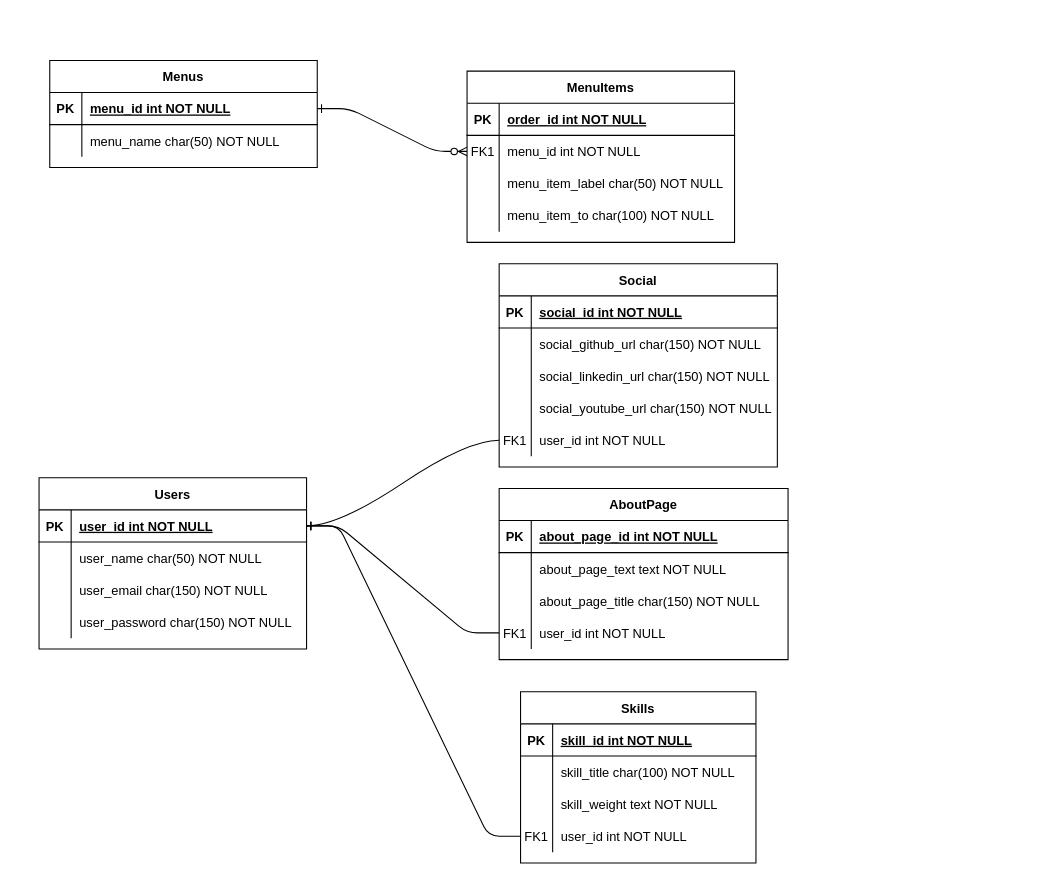
Earlier version of the draw.io diagram ikatoo.drawio (mckatoo/clean-arch-fullcycle). Source tidied: cells renumbered, new cells numbered last; positions are measured from the earlier drawing's top-left corner, leaving out a move shared by most shapes. Both pictures are drawn from the tidied source at 107%, with x=0, y=0 at pixel (39, 60).
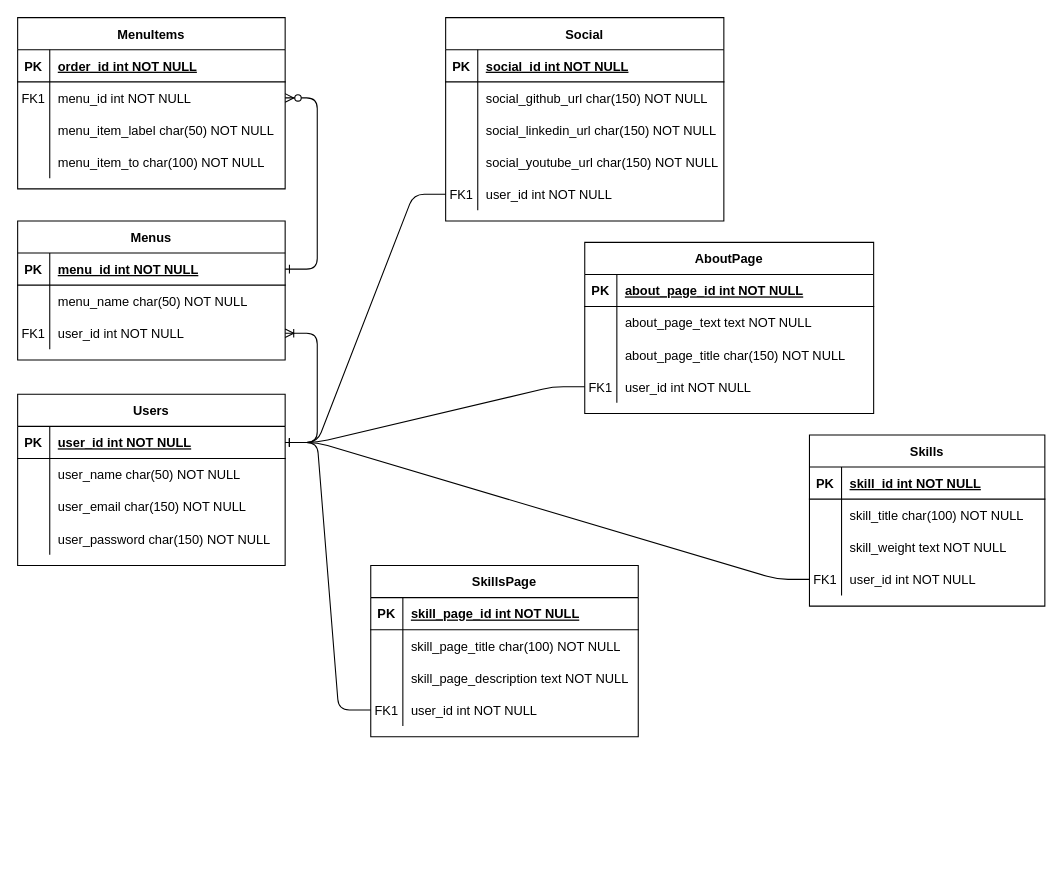
The same page after the edit.

Commit message:
Add entity for skills page

The change refers to these unchanged cells:
```xml
<mxCell id="36" style="shape=partialRectangle;fillColor=none;points=[[0,0.5],[1,0.5]];portConstraint=eastwest;top=0;left=0;right=0;bottom=0;" parent="23" vertex="1">
  <mxGeometry y="150" width="260" height="30" as="geometry" />
</mxCell>
<mxCell id="40" style="shape=partialRectangle;fillColor=none;points=[[0,0.5],[1,0.5]];portConstraint=eastwest;top=0;left=0;right=0;bottom=1;" parent="39" vertex="1">
  <mxGeometry y="30" width="250" height="30" as="geometry" />
</mxCell>
```

Change to the diagram source:
```diff
@@
     <mxCell id="3" value="MenuItems" style="shape=table;startSize=30;childLayout=tableLayout;rowLines=0;fontStyle=1;align=center;" parent="1" vertex="1">
-      <mxGeometry x="400" y="10" width="250" height="160" as="geometry" />
+      <mxGeometry x="-20" y="-40" width="250" height="160" as="geometry" />
     </mxCell>
@@
     <mxCell id="16" value="Menus" style="shape=table;startSize=30;childLayout=tableLayout;rowLines=0;fontStyle=1;align=center;" parent="1" vertex="1">
-      <mxGeometry x="10" width="250" height="100" as="geometry" />
+      <mxGeometry x="-20" y="150" width="250" height="130" as="geometry" />
     </mxCell>
@@
+    <mxCell id="81" style="shape=partialRectangle;fillColor=none;points=[[0,0.5],[1,0.5]];portConstraint=eastwest;top=0;left=0;right=0;bottom=0;" parent="16" vertex="1">
+      <mxGeometry y="90" width="250" height="30" as="geometry" />
+    </mxCell>
+    <mxCell id="82" value="FK1" style="shape=partialRectangle;overflow=hidden;fillColor=none;top=0;left=0;bottom=0;right=0;" parent="81" vertex="1">
+      <mxGeometry width="30" height="30" as="geometry" />
+    </mxCell>
+    <mxCell id="83" value="user_id int NOT NULL" style="shape=partialRectangle;overflow=hidden;fillColor=none;top=0;left=0;bottom=0;right=0;align=left;spacingLeft=6;" parent="81" vertex="1">
+      <mxGeometry x="30" width="220" height="30" as="geometry" />
+    </mxCell>
     <mxCell id="23" value="Social" style="shape=table;startSize=30;childLayout=tableLayout;rowLines=0;fontStyle=1;align=center;" parent="1" vertex="1">
-      <mxGeometry x="430" y="190" width="260" height="190" as="geometry" />
+      <mxGeometry x="380" y="-40" width="260" height="190" as="geometry" />
     </mxCell>
@@
     <mxCell id="39" value="Users" style="shape=table;startSize=30;childLayout=tableLayout;rowLines=0;fontStyle=1;align=center;" parent="1" vertex="1">
-      <mxGeometry y="390" width="250" height="160" as="geometry" />
+      <mxGeometry x="-20" y="312" width="250" height="160" as="geometry" />
     </mxCell>
@@
-    <mxCell id="52" style="edgeStyle=entityRelationEdgeStyle;fontSize=12;html=1;endArrow=ERone;endFill=1;curved=1;exitX=0;exitY=0.5;exitDx=0;exitDy=0;" parent="1" edge="1" source="36" target="40">
+    <mxCell id="52" style="edgeStyle=entityRelationEdgeStyle;fontSize=12;html=1;endArrow=ERone;endFill=1;exitX=0;exitY=0.5;exitDx=0;exitDy=0;" parent="1" edge="1" source="36" target="40">
       <mxGeometry relative="1" as="geometry" />
     </mxCell>
     <mxCell id="53" value="AboutPage" style="shape=table;startSize=30;childLayout=tableLayout;rowLines=0;fontStyle=1;align=center;" parent="1" vertex="1">
-      <mxGeometry x="430" y="400" width="270" height="160" as="geometry" />
+      <mxGeometry x="510" y="170" width="270" height="160" as="geometry" />
     </mxCell>
@@
     <mxCell id="67" value="Skills" style="shape=table;startSize=30;childLayout=tableLayout;rowLines=0;fontStyle=1;align=center;" parent="1" vertex="1">
-      <mxGeometry x="450" y="590" width="220" height="160" as="geometry" />
+      <mxGeometry x="720" y="350" width="220" height="160" as="geometry" />
     </mxCell>
@@
+    <mxCell id="84" value="SkillsPage" style="shape=table;startSize=30;childLayout=tableLayout;rowLines=0;fontStyle=1;align=center;" parent="1" vertex="1">
+      <mxGeometry x="310" y="472" width="250" height="160" as="geometry" />
+    </mxCell>
+    <mxCell id="85" style="shape=tableRow;horizontal=0;startSize=0;swimlaneHead=0;swimlaneBody=0;fillColor=none;top=0;left=0;right=0;bottom=1;" parent="84" vertex="1">
+      <mxGeometry y="30" width="250" height="30" as="geometry" />
+    </mxCell>
+    <mxCell id="86" value="PK" style="shape=partialRectangle;fillColor=none;top=0;left=0;bottom=0;right=0;fontStyle=1;overflow=hidden;" parent="85" vertex="1">
+      <mxGeometry width="30" height="30" as="geometry" />
+    </mxCell>
+    <mxCell id="87" value="skill_page_id int NOT NULL" style="shape=partialRectangle;fillColor=none;top=0;left=0;bottom=0;right=0;align=left;spacingLeft=6;fontStyle=5;overflow=hidden;" parent="85" vertex="1">
+      <mxGeometry x="30" width="220" height="30" as="geometry" />
+    </mxCell>
+    <mxCell id="88" style="shape=tableRow;horizontal=0;startSize=0;swimlaneHead=0;swimlaneBody=0;fillColor=none;top=0;left=0;right=0;bottom=0;" parent="84" vertex="1">
+      <mxGeometry y="60" width="250" height="30" as="geometry" />
+    </mxCell>
+    <mxCell id="89" style="shape=partialRectangle;fillColor=none;top=0;left=0;bottom=0;right=0;overflow=hidden;" parent="88" vertex="1">
+      <mxGeometry width="30" height="30" as="geometry" />
+    </mxCell>
+    <mxCell id="90" value="skill_page_title char(100) NOT NULL" style="shape=partialRectangle;fillColor=none;top=0;left=0;bottom=0;right=0;align=left;spacingLeft=6;overflow=hidden;" parent="88" vertex="1">
+      <mxGeometry x="30" width="220" height="30" as="geometry" />
+    </mxCell>
+    <mxCell id="91" style="shape=tableRow;horizontal=0;startSize=0;swimlaneHead=0;swimlaneBody=0;fillColor=none;top=0;left=0;right=0;bottom=0;" parent="84" vertex="1">
+      <mxGeometry y="90" width="250" height="30" as="geometry" />
+    </mxCell>
+    <mxCell id="92" style="shape=partialRectangle;fillColor=none;top=0;left=0;bottom=0;right=0;overflow=hidden;" parent="91" vertex="1">
+      <mxGeometry width="30" height="30" as="geometry" />
+    </mxCell>
+    <mxCell id="93" value="skill_page_description text NOT NULL" style="shape=partialRectangle;fillColor=none;top=0;left=0;bottom=0;right=0;align=left;spacingLeft=6;overflow=hidden;" parent="91" vertex="1">
+      <mxGeometry x="30" width="220" height="30" as="geometry" />
+    </mxCell>
+    <mxCell id="94" style="shape=tableRow;horizontal=0;startSize=0;swimlaneHead=0;swimlaneBody=0;fillColor=none;points=[[0,0.5],[1,0.5]];portConstraint=eastwest;top=0;left=0;right=0;bottom=0;" parent="84" vertex="1">
+      <mxGeometry y="120" width="250" height="30" as="geometry" />
+    </mxCell>
+    <mxCell id="95" value="FK1" style="shape=partialRectangle;fillColor=none;top=0;left=0;bottom=0;right=0;overflow=hidden;" parent="94" vertex="1">
+      <mxGeometry width="30" height="30" as="geometry" />
+    </mxCell>
+    <mxCell id="96" value="user_id int NOT NULL" style="shape=partialRectangle;fillColor=none;top=0;left=0;bottom=0;right=0;align=left;spacingLeft=6;overflow=hidden;" parent="94" vertex="1">
+      <mxGeometry x="30" width="220" height="30" as="geometry" />
+    </mxCell>
+    <mxCell id="97" style="edgeStyle=entityRelationEdgeStyle;jettySize=auto;html=1;endArrow=none;endFill=0;startArrow=ERone;startFill=0;" parent="1" edge="1" source="40" target="94">
+      <mxGeometry relative="1" as="geometry" />
+    </mxCell>
+    <mxCell id="98" style="edgeStyle=entityRelationEdgeStyle;fontSize=12;html=1;endArrow=ERoneToMany;" parent="1" edge="1" source="40" target="81">
+      <mxGeometry relative="1" as="geometry" />
+    </mxCell>
```
